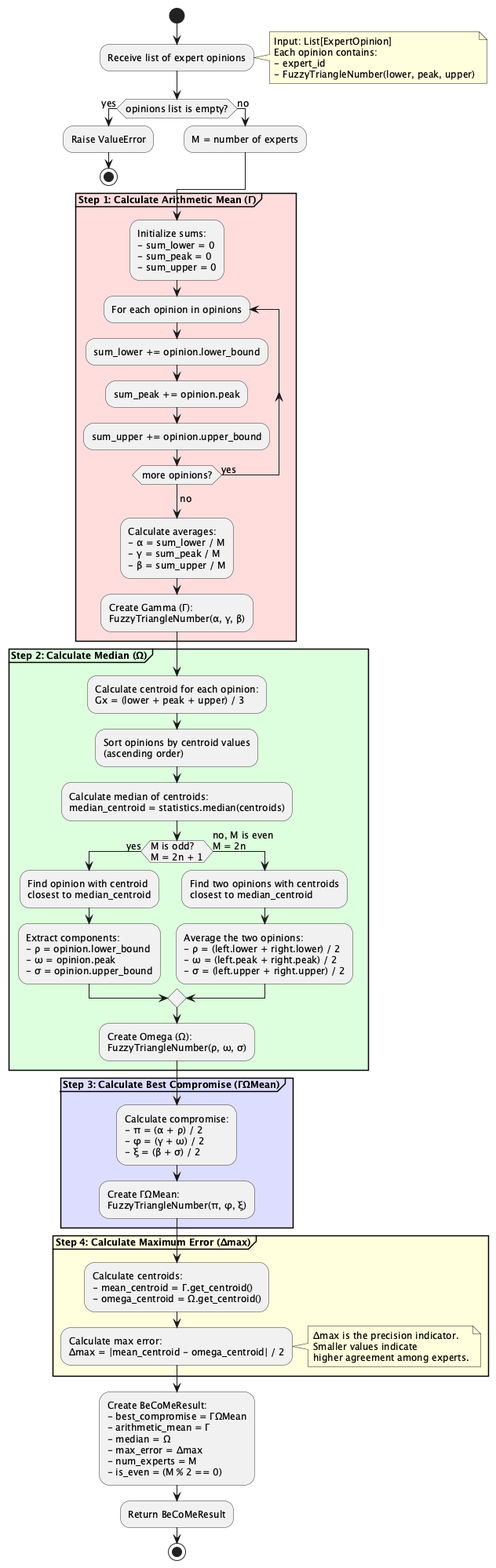
The PlantUML diagram docs/uml-diagrams/diagrams/png/activity-diagram.png in caitlon/BeCoMe, before a commit. The source it was exported from:
```plantuml
@startuml BeCoMe-Activity-Diagram

skinparam backgroundColor #FFFFFF
skinparam shadowing false
skinparam defaultFontSize 12
skinparam activityBorderColor #333333
skinparam activityBackgroundColor #F0F0F0

start

:Receive list of expert opinions;
note right
    Input: List[ExpertOpinion]
    Each opinion contains:
    - expert_id
    - FuzzyTriangleNumber(lower, peak, upper)
end note

if (opinions list is empty?) then (yes)
    :Raise ValueError;
    stop
else (no)
    :M = number of experts;
endif

partition "**Step 1: Calculate Arithmetic Mean (Γ)**" #FFDDDD {
    :Initialize sums:\n- sum_lower = 0\n- sum_peak = 0\n- sum_upper = 0;

    repeat :For each opinion in opinions;
        :sum_lower += opinion.lower_bound;
        :sum_peak += opinion.peak;
        :sum_upper += opinion.upper_bound;
    repeat while (more opinions?) is (yes)
    ->no;

    :Calculate averages:\n- α = sum_lower / M\n- γ = sum_peak / M\n- β = sum_upper / M;

    :Create Gamma (Γ):\nFuzzyTriangleNumber(α, γ, β);
}

partition "**Step 2: Calculate Median (Ω)**" #DDFFDD {
    :Calculate centroid for each opinion:\nGx = (lower + peak + upper) / 3;

    :Sort opinions by centroid values\n(ascending order);

    :Calculate median of centroids:\nmedian_centroid = statistics.median(centroids);

    if (M is odd?\nM = 2n + 1) then (yes)
        :Find opinion with centroid\nclosest to median_centroid;

        :Extract components:\n- ρ = opinion.lower_bound\n- ω = opinion.peak\n- σ = opinion.upper_bound;

    else (no, M is even\nM = 2n)
        :Find two opinions with centroids\nclosest to median_centroid;

        :Average the two opinions:\n- ρ = (left.lower + right.lower) / 2\n- ω = (left.peak + right.peak) / 2\n- σ = (left.upper + right.upper) / 2;
    endif

    :Create Omega (Ω):\nFuzzyTriangleNumber(ρ, ω, σ);
}

partition "**Step 3: Calculate Best Compromise (ΓΩMean)**" #DDDDFF {
    :Calculate compromise:\n- π = (α + ρ) / 2\n- φ = (γ + ω) / 2\n- ξ = (β + σ) / 2;

    :Create ΓΩMean:\nFuzzyTriangleNumber(π, φ, ξ);
}

partition "**Step 4: Calculate Maximum Error (Δmax)**" #FFFFDD {
    :Calculate centroids:\n- mean_centroid = Γ.get_centroid()\n- omega_centroid = Ω.get_centroid();

    :Calculate max error:\nΔmax = |mean_centroid - omega_centroid| / 2;

    note right
        Δmax is the precision indicator.
        Smaller values indicate
        higher agreement among experts.
    end note
}

:Create BeCoMeResult:\n- best_compromise = ΓΩMean\n- arithmetic_mean = Γ\n- median = Ω\n- max_error = Δmax\n- num_experts = M\n- is_even = (M % 2 == 0);

:Return BeCoMeResult;

stop

@enduml
```
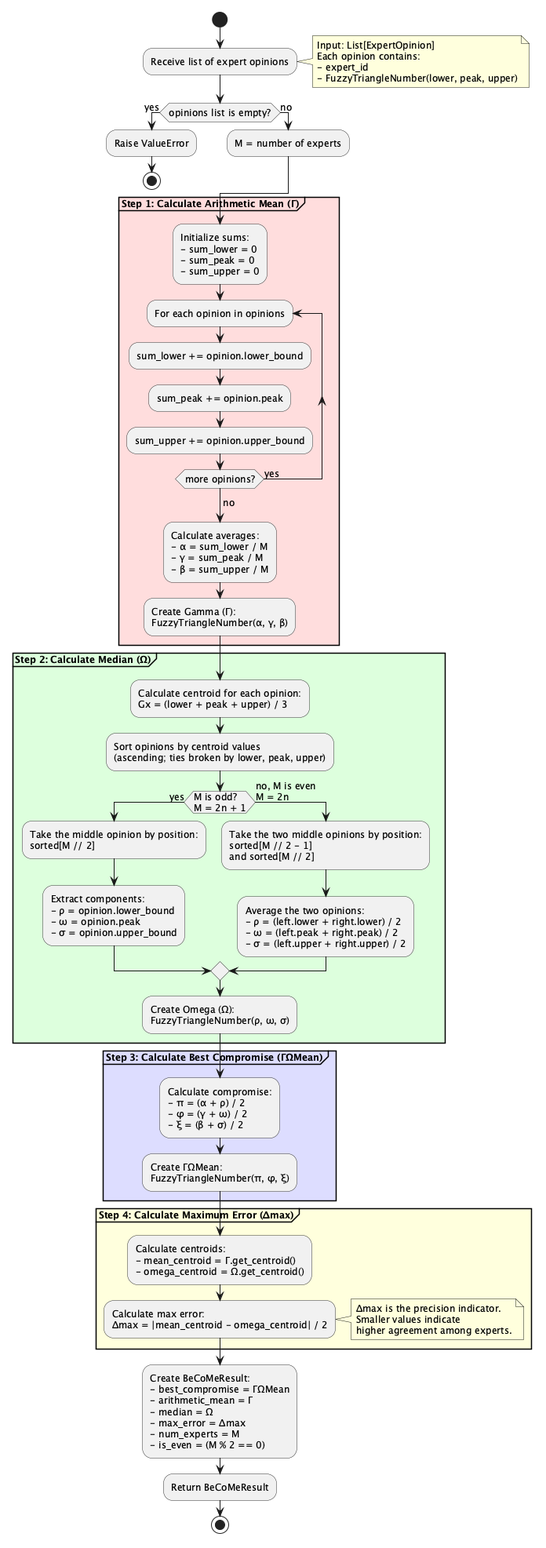
After the change.

The edit, as a diff of the source:
```diff
@@ -41,17 +41,15 @@
 partition "**Step 2: Calculate Median (Ω)**" #DDFFDD {
     :Calculate centroid for each opinion:\nGx = (lower + peak + upper) / 3;
 
-    :Sort opinions by centroid values\n(ascending order);
-
-    :Calculate median of centroids:\nmedian_centroid = statistics.median(centroids);
+    :Sort opinions by centroid values\n(ascending; ties broken by lower, peak, upper);
 
     if (M is odd?\nM = 2n + 1) then (yes)
-        :Find opinion with centroid\nclosest to median_centroid;
+        :Take the middle opinion by position:\nsorted[M // 2];
 
         :Extract components:\n- ρ = opinion.lower_bound\n- ω = opinion.peak\n- σ = opinion.upper_bound;
 
     else (no, M is even\nM = 2n)
-        :Find two opinions with centroids\nclosest to median_centroid;
+        :Take the two middle opinions by position:\nsorted[M // 2 - 1]\nand sorted[M // 2];
 
         :Average the two opinions:\n- ρ = (left.lower + right.lower) / 2\n- ω = (left.peak + right.peak) / 2\n- σ = (left.upper + right.upper) / 2;
     endif
```
